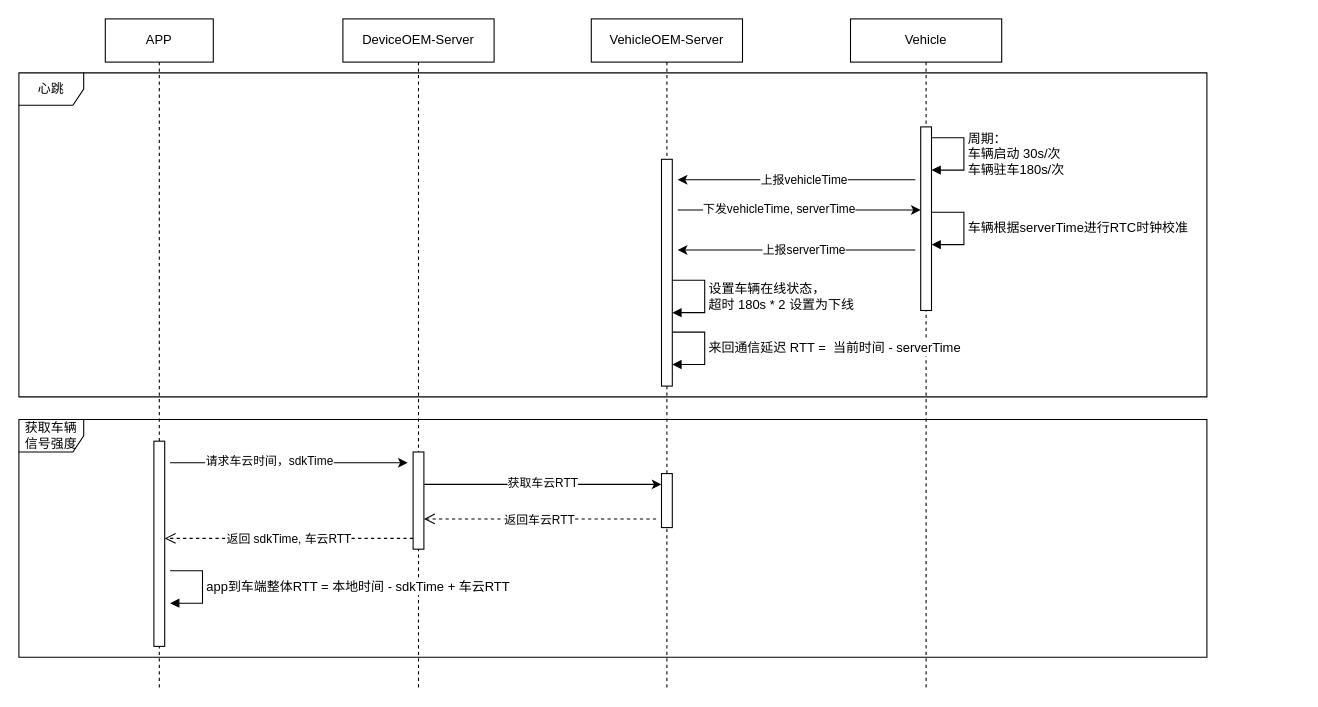
Before: kda/10、mqtt心跳.drawio in jianguocong/chart, a draw.io diagram. Source tidied: cells renumbered, new cells numbered last; positions are measured from the earlier drawing's top-left corner, leaving out a move shared by most shapes. Both pictures are drawn from the tidied source at 108%, with x=0, y=0 at pixel (18, 18).
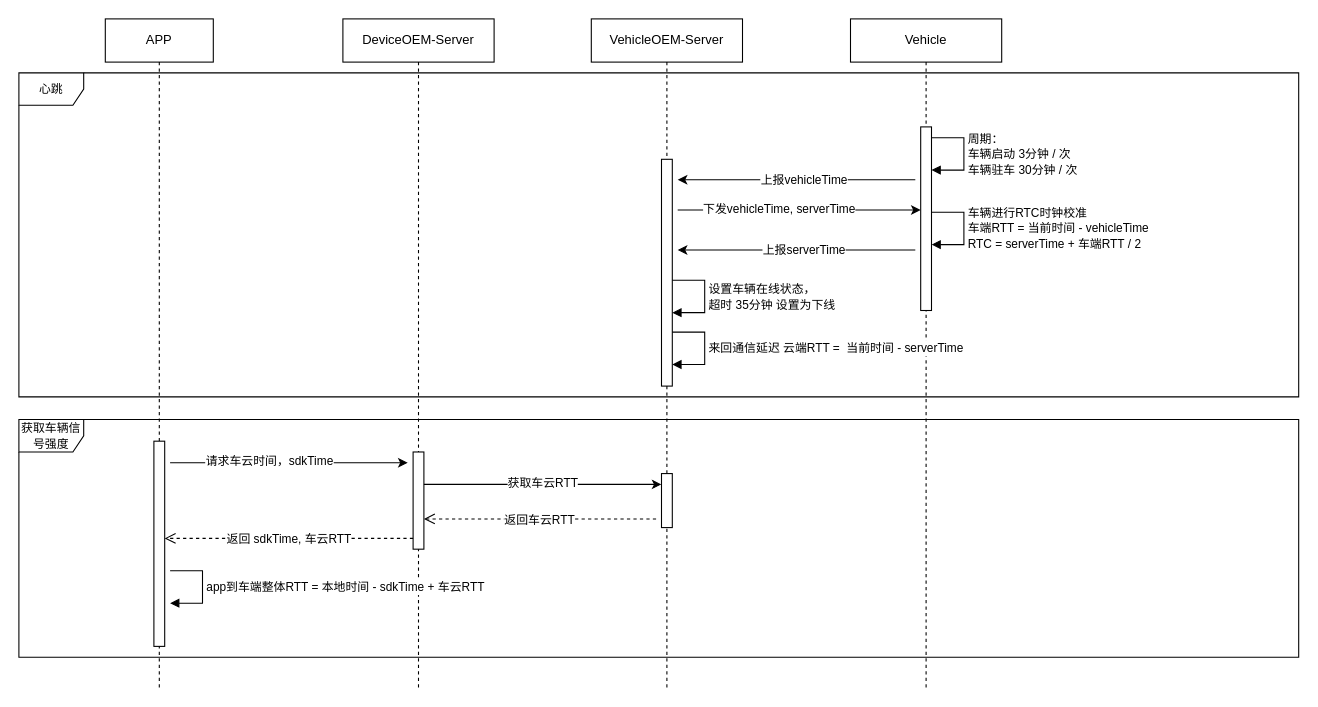
Above is the later version.

The edit, as a diff of the source:
```diff
@@
-    <mxCell id="13" value="&lt;div&gt;周期：&lt;/div&gt;&lt;div&gt;车辆启动 30s/次&lt;/div&gt;&lt;div&gt;车辆驻车180s/次&lt;/div&gt;" style="html=1;align=left;spacingLeft=2;endArrow=block;rounded=0;edgeStyle=orthogonalEdgeStyle;curved=0;rounded=0;fontFamily=Helvetica;fontSize=12;fontColor=default;" parent="1" edge="1">
+    <mxCell id="13" value="&lt;div&gt;&lt;font style=&quot;font-size: 11px;&quot;&gt;周期：&lt;/font&gt;&lt;/div&gt;&lt;div&gt;&lt;font style=&quot;font-size: 11px;&quot;&gt;车辆启动 3分钟 / 次&lt;/font&gt;&lt;/div&gt;&lt;div&gt;&lt;font style=&quot;font-size: 11px;&quot;&gt;车辆驻车 30分钟 / 次&lt;/font&gt;&lt;/div&gt;" style="html=1;align=left;spacingLeft=2;endArrow=block;rounded=0;edgeStyle=orthogonalEdgeStyle;curved=0;rounded=0;fontFamily=Helvetica;fontSize=12;fontColor=default;" parent="1" edge="1">
       <mxGeometry relative="1" as="geometry">
         <mxPoint x="845" y="110" as="sourcePoint" />
         <mxPoint x="845" y="140" as="targetPoint" />
         <Array as="points">
           <mxPoint x="875" y="110" />
           <mxPoint x="875" y="140" />
         </Array>
       </mxGeometry>
     </mxCell>
-    <mxCell id="14" value="心跳" style="shape=umlFrame;whiteSpace=wrap;html=1;sketch=0;strokeColor=default;align=center;verticalAlign=middle;fontFamily=Helvetica;fontSize=12;fontColor=default;fillColor=default;" parent="1" vertex="1">
-      <mxGeometry y="50" width="1100" height="300" as="geometry" />
+    <mxCell id="14" value="&lt;font style=&quot;font-size: 11px;&quot;&gt;心跳&lt;/font&gt;" style="shape=umlFrame;whiteSpace=wrap;html=1;sketch=0;strokeColor=default;align=center;verticalAlign=middle;fontFamily=Helvetica;fontSize=12;fontColor=default;fillColor=default;" parent="1" vertex="1">
+      <mxGeometry y="50" width="1185" height="300" as="geometry" />
     </mxCell>
@@
-    <mxCell id="17" value="获取车辆信号强度" style="shape=umlFrame;whiteSpace=wrap;html=1;sketch=0;strokeColor=default;align=center;verticalAlign=middle;fontFamily=Helvetica;fontSize=12;fontColor=default;fillColor=default;" parent="1" vertex="1">
-      <mxGeometry y="371" width="1100" height="220" as="geometry" />
+    <mxCell id="17" value="&lt;font style=&quot;font-size: 11px;&quot;&gt;获取车辆信号强度&lt;/font&gt;" style="shape=umlFrame;whiteSpace=wrap;html=1;sketch=0;strokeColor=default;align=center;verticalAlign=middle;fontFamily=Helvetica;fontSize=12;fontColor=default;fillColor=default;" parent="1" vertex="1">
+      <mxGeometry y="371" width="1185" height="220" as="geometry" />
     </mxCell>
@@
-    <mxCell id="23" value="车辆根据serverTime进行RTC时钟校准" style="html=1;align=left;spacingLeft=2;endArrow=block;rounded=0;edgeStyle=orthogonalEdgeStyle;curved=0;rounded=0;fontFamily=Helvetica;fontSize=12;fontColor=default;" parent="1" edge="1">
+    <mxCell id="23" value="&lt;font style=&quot;font-size: 11px;&quot;&gt;车辆进行RTC时钟校准&lt;br&gt;车端RTT = 当前时间 - vehicleTime&lt;br&gt;&lt;/font&gt;&lt;div&gt;&lt;font style=&quot;font-size: 11px;&quot;&gt;RTC = serverTime + 车端RTT&amp;nbsp;/ 2&lt;/font&gt;&lt;/div&gt;" style="html=1;align=left;spacingLeft=2;endArrow=block;rounded=0;edgeStyle=orthogonalEdgeStyle;curved=0;rounded=0;fontFamily=Helvetica;fontSize=12;fontColor=default;" parent="1" edge="1">
       <mxGeometry relative="1" as="geometry">
         <mxPoint x="845" y="179" as="sourcePoint" />
         <mxPoint x="845" y="209" as="targetPoint" />
         <Array as="points">
           <mxPoint x="875" y="179" />
           <mxPoint x="875" y="209" />
         </Array>
       </mxGeometry>
     </mxCell>
-    <mxCell id="24" value="来回通信延迟 RTT =&amp;nbsp; 当前时间 - serverTime" style="html=1;align=left;spacingLeft=2;endArrow=block;rounded=0;edgeStyle=orthogonalEdgeStyle;curved=0;rounded=0;fontFamily=Helvetica;fontSize=12;fontColor=default;" parent="1" edge="1">
+    <mxCell id="24" value="&lt;font style=&quot;font-size: 11px;&quot;&gt;来回通信延迟 云端RTT =&amp;nbsp; 当前时间 - serverTime&lt;/font&gt;" style="html=1;align=left;spacingLeft=2;endArrow=block;rounded=0;edgeStyle=orthogonalEdgeStyle;curved=0;rounded=0;fontFamily=Helvetica;fontSize=12;fontColor=default;" parent="1" edge="1">
       <mxGeometry relative="1" as="geometry">
         <mxPoint x="605" y="290" as="sourcePoint" />
         <mxPoint x="605" y="320" as="targetPoint" />
         <Array as="points">
           <mxPoint x="635" y="290" />
           <mxPoint x="635" y="320" />
         </Array>
       </mxGeometry>
     </mxCell>
@@
-    <mxCell id="28" value="设置车辆在线状态，&lt;div&gt;超时 180s * 2 设置为下线&lt;/div&gt;" style="html=1;align=left;spacingLeft=2;endArrow=block;rounded=0;edgeStyle=orthogonalEdgeStyle;curved=0;rounded=0;fontFamily=Helvetica;fontSize=12;fontColor=default;" parent="1" edge="1">
+    <mxCell id="28" value="&lt;font style=&quot;font-size: 11px;&quot;&gt;设置车辆在线状态，&lt;/font&gt;&lt;div&gt;&lt;font style=&quot;font-size: 11px;&quot;&gt;超时 35分钟 设置为下线&lt;/font&gt;&lt;/div&gt;" style="html=1;align=left;spacingLeft=2;endArrow=block;rounded=0;edgeStyle=orthogonalEdgeStyle;curved=0;rounded=0;fontFamily=Helvetica;fontSize=12;fontColor=default;" parent="1" edge="1">
       <mxGeometry relative="1" as="geometry">
         <mxPoint x="605" y="242" as="sourcePoint" />
         <mxPoint x="605" y="272" as="targetPoint" />
         <Array as="points">
           <mxPoint x="635" y="242" />
           <mxPoint x="635" y="272" />
         </Array>
       </mxGeometry>
     </mxCell>
-    <mxCell id="29" value="app到车端整体RTT = 本地时间 - sdkTime + 车云RTT" style="html=1;align=left;spacingLeft=2;endArrow=block;rounded=0;edgeStyle=orthogonalEdgeStyle;curved=0;rounded=0;fontFamily=Helvetica;fontSize=12;fontColor=default;" parent="1" edge="1">
+    <mxCell id="29" value="&lt;font style=&quot;font-size: 11px;&quot;&gt;app到车端整体RTT = 本地时间 - sdkTime + 车云RTT&lt;/font&gt;" style="html=1;align=left;spacingLeft=2;endArrow=block;rounded=0;edgeStyle=orthogonalEdgeStyle;curved=0;rounded=0;fontFamily=Helvetica;fontSize=12;fontColor=default;" parent="1" edge="1">
       <mxGeometry relative="1" as="geometry">
         <mxPoint x="140" y="511" as="sourcePoint" />
         <mxPoint x="140" y="541" as="targetPoint" />
         <Array as="points">
           <mxPoint x="170" y="511" />
           <mxPoint x="170" y="541" />
         </Array>
       </mxGeometry>
     </mxCell>
```
